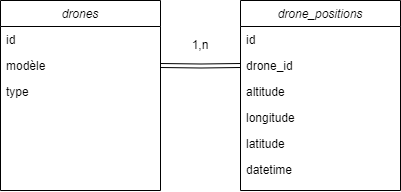
qbls/gameofdrones keeps this draw.io diagram as diagramme.drawio.png. Above is the earlier version. Source tidied: cells renumbered, new cells last; positions are measured from the earlier drawing's top-left corner, leaving out a move shared by most shapes.
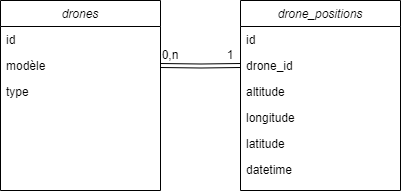
Later version of the same file.

Commit message:
Modification Diagramme UML

Diff of the diagram source:
```diff
@@ -40,8 +40,11 @@
         <mxPoint x="160" y="65" as="sourcePoint" />
       </mxGeometry>
     </mxCell>
-    <mxCell id="14" value="1,n" style="text;strokeColor=none;align=center;fillColor=none;html=1;verticalAlign=middle;whiteSpace=wrap;rounded=0;" parent="1" vertex="1">
-      <mxGeometry x="170" y="30" width="60" height="30" as="geometry" />
+    <mxCell id="14" value="0,n" style="text;strokeColor=none;align=center;fillColor=none;html=1;verticalAlign=middle;whiteSpace=wrap;rounded=0;" parent="1" vertex="1">
+      <mxGeometry x="140" y="40" width="60" height="30" as="geometry" />
     </mxCell>
+    <mxCell id="15" value="1" style="text;strokeColor=none;align=center;fillColor=none;html=1;verticalAlign=middle;whiteSpace=wrap;rounded=0;" parent="1" vertex="1">
+      <mxGeometry x="200" y="40" width="60" height="30" as="geometry" />
+    </mxCell>
   </root>
 </mxGraphModel>
```
